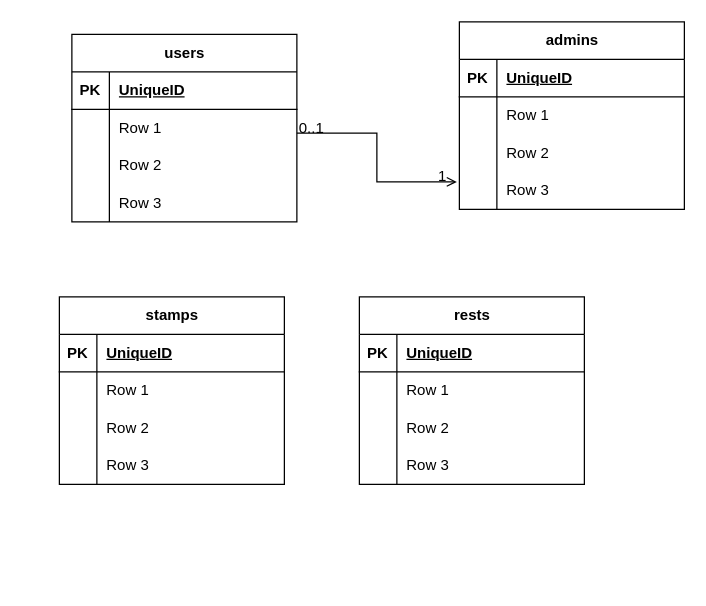
This is 名称未設定ファイル.drawio from Akari604/mock2, a draw.io file, before an edit. Source tidied: cells renumbered, new cells numbered last; positions are measured from the earlier drawing's top-left corner, leaving out a move shared by most shapes. Both pictures are drawn from the tidied source at 125%, with x=0, y=0 at pixel (59, 21).
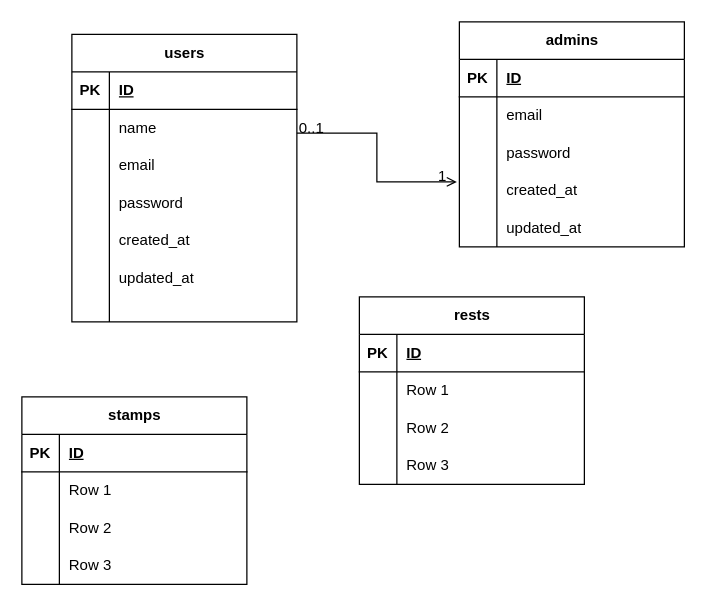
Above is the later version.

The change refers to these unchanged cells:
```xml
<mxCell id="6" style="shape=tableRow;horizontal=0;startSize=0;swimlaneHead=0;swimlaneBody=0;fillColor=none;top=0;left=0;right=0;bottom=1;" parent="5" vertex="1">
  <mxGeometry y="30" width="180" height="30" as="geometry" />
</mxCell>
<mxCell id="9" style="shape=tableRow;horizontal=0;startSize=0;swimlaneHead=0;swimlaneBody=0;fillColor=none;top=0;left=0;right=0;bottom=0;" parent="5" vertex="1">
  <mxGeometry y="60" width="180" height="30" as="geometry" />
</mxCell>
<mxCell id="12" style="shape=tableRow;horizontal=0;startSize=0;swimlaneHead=0;swimlaneBody=0;fillColor=none;top=0;left=0;right=0;bottom=0;" parent="5" vertex="1">
  <mxGeometry y="90" width="180" height="30" as="geometry" />
</mxCell>
<mxCell id="15" style="shape=tableRow;horizontal=0;startSize=0;swimlaneHead=0;swimlaneBody=0;fillColor=none;top=0;left=0;right=0;bottom=0;" parent="5" vertex="1">
  <mxGeometry y="120" width="180" height="30" as="geometry" />
</mxCell>
<mxCell id="19" style="shape=tableRow;horizontal=0;startSize=0;swimlaneHead=0;swimlaneBody=0;fillColor=none;top=0;left=0;right=0;bottom=1;" parent="18" vertex="1">
  <mxGeometry y="30" width="180" height="30" as="geometry" />
</mxCell>
<mxCell id="32" style="shape=tableRow;horizontal=0;startSize=0;swimlaneHead=0;swimlaneBody=0;fillColor=none;top=0;left=0;right=0;bottom=1;" parent="31" vertex="1">
  <mxGeometry y="30" width="180" height="30" as="geometry" />
</mxCell>
<mxCell id="45" style="shape=tableRow;horizontal=0;startSize=0;swimlaneHead=0;swimlaneBody=0;fillColor=none;top=0;left=0;right=0;bottom=1;" parent="44" vertex="1">
  <mxGeometry y="30" width="180" height="30" as="geometry" />
</mxCell>
<mxCell id="48" style="shape=tableRow;horizontal=0;startSize=0;swimlaneHead=0;swimlaneBody=0;fillColor=none;top=0;left=0;right=0;bottom=0;" parent="44" vertex="1">
  <mxGeometry y="60" width="180" height="30" as="geometry" />
</mxCell>
<mxCell id="51" style="shape=tableRow;horizontal=0;startSize=0;swimlaneHead=0;swimlaneBody=0;fillColor=none;top=0;left=0;right=0;bottom=0;" parent="44" vertex="1">
  <mxGeometry y="90" width="180" height="30" as="geometry" />
</mxCell>
<mxCell id="54" style="shape=tableRow;horizontal=0;startSize=0;swimlaneHead=0;swimlaneBody=0;fillColor=none;top=0;left=0;right=0;bottom=0;" parent="44" vertex="1">
  <mxGeometry y="120" width="180" height="30" as="geometry" />
</mxCell>
```

What changed in the source:
```diff
@@
     <mxCell id="5" value="users" style="shape=table;startSize=30;childLayout=tableLayout;rowLines=0;fontStyle=1;align=center;html=1;" parent="1" vertex="1">
-      <mxGeometry x="10" y="10" width="180" height="150" as="geometry" />
+      <mxGeometry x="10" y="10" width="180" height="230" as="geometry" />
     </mxCell>
@@
-    <mxCell id="8" value="UniqueID" style="shape=partialRectangle;fillColor=none;top=0;left=0;bottom=0;right=0;align=left;spacingLeft=6;fontStyle=5;overflow=hidden;whiteSpace=wrap;html=1;" parent="6" vertex="1">
+    <mxCell id="8" value="ID" style="shape=partialRectangle;fillColor=none;top=0;left=0;bottom=0;right=0;align=left;spacingLeft=6;fontStyle=5;overflow=hidden;whiteSpace=wrap;html=1;" parent="6" vertex="1">
       <mxGeometry x="30" width="150" height="30" as="geometry" />
     </mxCell>
@@
-    <mxCell id="11" value="Row 1" style="shape=partialRectangle;fillColor=none;top=0;left=0;bottom=0;right=0;align=left;spacingLeft=6;overflow=hidden;whiteSpace=wrap;html=1;" parent="9" vertex="1">
+    <mxCell id="11" value="name" style="shape=partialRectangle;fillColor=none;top=0;left=0;bottom=0;right=0;align=left;spacingLeft=6;overflow=hidden;whiteSpace=wrap;html=1;" parent="9" vertex="1">
       <mxGeometry x="30" width="150" height="30" as="geometry" />
     </mxCell>
@@
-    <mxCell id="14" value="Row 2" style="shape=partialRectangle;fillColor=none;top=0;left=0;bottom=0;right=0;align=left;spacingLeft=6;overflow=hidden;whiteSpace=wrap;html=1;" parent="12" vertex="1">
+    <mxCell id="14" value="email" style="shape=partialRectangle;fillColor=none;top=0;left=0;bottom=0;right=0;align=left;spacingLeft=6;overflow=hidden;whiteSpace=wrap;html=1;" parent="12" vertex="1">
       <mxGeometry x="30" width="150" height="30" as="geometry" />
     </mxCell>
@@
-    <mxCell id="17" value="Row 3" style="shape=partialRectangle;fillColor=none;top=0;left=0;bottom=0;right=0;align=left;spacingLeft=6;overflow=hidden;whiteSpace=wrap;html=1;" parent="15" vertex="1">
+    <mxCell id="17" value="password" style="shape=partialRectangle;fillColor=none;top=0;left=0;bottom=0;right=0;align=left;spacingLeft=6;overflow=hidden;whiteSpace=wrap;html=1;" parent="15" vertex="1">
       <mxGeometry x="30" width="150" height="30" as="geometry" />
     </mxCell>
+    <mxCell id="57" style="shape=tableRow;horizontal=0;startSize=0;swimlaneHead=0;swimlaneBody=0;fillColor=none;top=0;left=0;right=0;bottom=0;" parent="5" vertex="1">
+      <mxGeometry y="150" width="180" height="30" as="geometry" />
+    </mxCell>
+    <mxCell id="58" style="shape=partialRectangle;fillColor=none;top=0;left=0;bottom=0;right=0;overflow=hidden;whiteSpace=wrap;html=1;" parent="57" vertex="1">
+      <mxGeometry width="30" height="30" as="geometry" />
+    </mxCell>
+    <mxCell id="59" value="created_at" style="shape=partialRectangle;fillColor=none;top=0;left=0;bottom=0;right=0;align=left;spacingLeft=6;overflow=hidden;whiteSpace=wrap;html=1;" parent="57" vertex="1">
+      <mxGeometry x="30" width="150" height="30" as="geometry" />
+    </mxCell>
+    <mxCell id="60" style="shape=tableRow;horizontal=0;startSize=0;swimlaneHead=0;swimlaneBody=0;fillColor=none;top=0;left=0;right=0;bottom=0;" parent="5" vertex="1">
+      <mxGeometry y="180" width="180" height="30" as="geometry" />
+    </mxCell>
+    <mxCell id="61" style="shape=partialRectangle;fillColor=none;top=0;left=0;bottom=0;right=0;overflow=hidden;whiteSpace=wrap;html=1;" parent="60" vertex="1">
+      <mxGeometry width="30" height="30" as="geometry" />
+    </mxCell>
+    <mxCell id="62" value="updated_at" style="shape=partialRectangle;fillColor=none;top=0;left=0;bottom=0;right=0;align=left;spacingLeft=6;overflow=hidden;whiteSpace=wrap;html=1;" parent="60" vertex="1">
+      <mxGeometry x="30" width="150" height="30" as="geometry" />
+    </mxCell>
+    <mxCell id="63" style="shape=tableRow;horizontal=0;startSize=0;swimlaneHead=0;swimlaneBody=0;fillColor=none;top=0;left=0;right=0;bottom=0;" parent="5" vertex="1">
+      <mxGeometry y="210" width="180" height="20" as="geometry" />
+    </mxCell>
+    <mxCell id="64" style="shape=partialRectangle;fillColor=none;top=0;left=0;bottom=0;right=0;overflow=hidden;whiteSpace=wrap;html=1;" parent="63" vertex="1">
+      <mxGeometry width="30" height="20" as="geometry" />
+    </mxCell>
+    <mxCell id="65" style="shape=partialRectangle;fillColor=none;top=0;left=0;bottom=0;right=0;align=left;spacingLeft=6;overflow=hidden;whiteSpace=wrap;html=1;" parent="63" vertex="1">
+      <mxGeometry x="30" width="150" height="20" as="geometry" />
+    </mxCell>
     <mxCell id="18" value="stamps" style="shape=table;startSize=30;childLayout=tableLayout;rowLines=0;fontStyle=1;align=center;html=1;" parent="1" vertex="1">
-      <mxGeometry y="220" width="180" height="150" as="geometry" />
+      <mxGeometry x="-30" y="300" width="180" height="150" as="geometry" />
     </mxCell>
@@
-    <mxCell id="21" value="UniqueID" style="shape=partialRectangle;fillColor=none;top=0;left=0;bottom=0;right=0;align=left;spacingLeft=6;fontStyle=5;overflow=hidden;whiteSpace=wrap;html=1;" parent="19" vertex="1">
+    <mxCell id="21" value="ID" style="shape=partialRectangle;fillColor=none;top=0;left=0;bottom=0;right=0;align=left;spacingLeft=6;fontStyle=5;overflow=hidden;whiteSpace=wrap;html=1;" parent="19" vertex="1">
       <mxGeometry x="30" width="150" height="30" as="geometry" />
     </mxCell>
@@
-    <mxCell id="34" value="UniqueID" style="shape=partialRectangle;fillColor=none;top=0;left=0;bottom=0;right=0;align=left;spacingLeft=6;fontStyle=5;overflow=hidden;whiteSpace=wrap;html=1;" parent="32" vertex="1">
+    <mxCell id="34" value="ID" style="shape=partialRectangle;fillColor=none;top=0;left=0;bottom=0;right=0;align=left;spacingLeft=6;fontStyle=5;overflow=hidden;whiteSpace=wrap;html=1;" parent="32" vertex="1">
       <mxGeometry x="30" width="150" height="30" as="geometry" />
     </mxCell>
@@
     <mxCell id="44" value="admins" style="shape=table;startSize=30;childLayout=tableLayout;rowLines=0;fontStyle=1;align=center;html=1;" parent="1" vertex="1">
-      <mxGeometry x="320" width="180" height="150" as="geometry" />
+      <mxGeometry x="320" width="180" height="180" as="geometry" />
     </mxCell>
@@
-    <mxCell id="47" value="UniqueID" style="shape=partialRectangle;fillColor=none;top=0;left=0;bottom=0;right=0;align=left;spacingLeft=6;fontStyle=5;overflow=hidden;whiteSpace=wrap;html=1;" parent="45" vertex="1">
+    <mxCell id="47" value="ID" style="shape=partialRectangle;fillColor=none;top=0;left=0;bottom=0;right=0;align=left;spacingLeft=6;fontStyle=5;overflow=hidden;whiteSpace=wrap;html=1;" parent="45" vertex="1">
       <mxGeometry x="30" width="150" height="30" as="geometry" />
     </mxCell>
@@
-    <mxCell id="50" value="Row 1" style="shape=partialRectangle;fillColor=none;top=0;left=0;bottom=0;right=0;align=left;spacingLeft=6;overflow=hidden;whiteSpace=wrap;html=1;" parent="48" vertex="1">
+    <mxCell id="50" value="email" style="shape=partialRectangle;fillColor=none;top=0;left=0;bottom=0;right=0;align=left;spacingLeft=6;overflow=hidden;whiteSpace=wrap;html=1;" parent="48" vertex="1">
       <mxGeometry x="30" width="150" height="30" as="geometry" />
     </mxCell>
@@
-    <mxCell id="53" value="Row 2" style="shape=partialRectangle;fillColor=none;top=0;left=0;bottom=0;right=0;align=left;spacingLeft=6;overflow=hidden;whiteSpace=wrap;html=1;" parent="51" vertex="1">
+    <mxCell id="53" value="password" style="shape=partialRectangle;fillColor=none;top=0;left=0;bottom=0;right=0;align=left;spacingLeft=6;overflow=hidden;whiteSpace=wrap;html=1;" parent="51" vertex="1">
       <mxGeometry x="30" width="150" height="30" as="geometry" />
     </mxCell>
@@
-    <mxCell id="56" value="Row 3" style="shape=partialRectangle;fillColor=none;top=0;left=0;bottom=0;right=0;align=left;spacingLeft=6;overflow=hidden;whiteSpace=wrap;html=1;" parent="54" vertex="1">
+    <mxCell id="56" value="created_at" style="shape=partialRectangle;fillColor=none;top=0;left=0;bottom=0;right=0;align=left;spacingLeft=6;overflow=hidden;whiteSpace=wrap;html=1;" parent="54" vertex="1">
       <mxGeometry x="30" width="150" height="30" as="geometry" />
     </mxCell>
+    <mxCell id="66" style="shape=tableRow;horizontal=0;startSize=0;swimlaneHead=0;swimlaneBody=0;fillColor=none;top=0;left=0;right=0;bottom=0;" parent="44" vertex="1">
+      <mxGeometry y="150" width="180" height="30" as="geometry" />
+    </mxCell>
+    <mxCell id="67" style="shape=partialRectangle;fillColor=none;top=0;left=0;bottom=0;right=0;overflow=hidden;whiteSpace=wrap;html=1;" parent="66" vertex="1">
+      <mxGeometry width="30" height="30" as="geometry" />
+    </mxCell>
+    <mxCell id="68" value="updated_at" style="shape=partialRectangle;fillColor=none;top=0;left=0;bottom=0;right=0;align=left;spacingLeft=6;overflow=hidden;whiteSpace=wrap;html=1;" parent="66" vertex="1">
+      <mxGeometry x="30" width="150" height="30" as="geometry" />
+    </mxCell>
```
